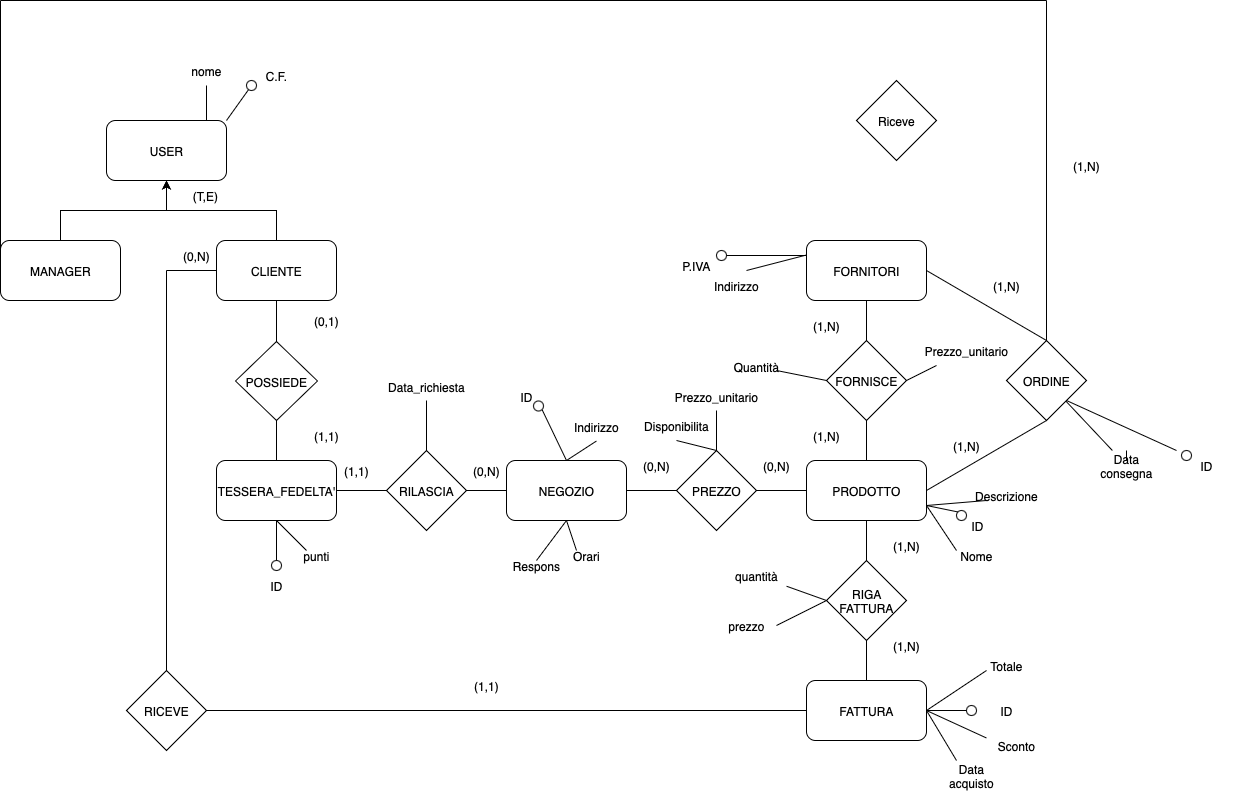
This is docs/schema_ER/Diagramma_ER_NR.drawio.png from Giann8/Progetto_DB_UNI, a draw.io export, as it was before one commit. Source tidied: cells renumbered, new cells last; positions are measured from the earlier drawing's top-left corner, leaving out a move shared by most shapes.
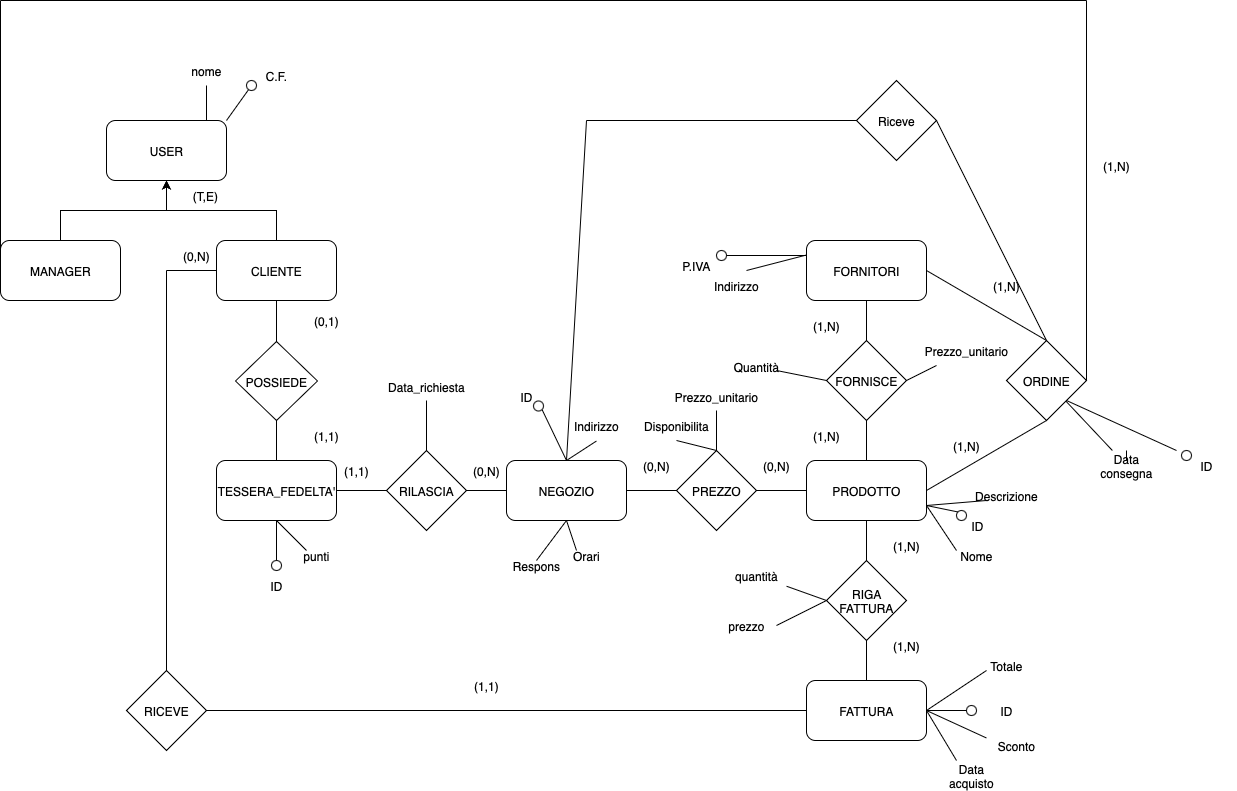
The same diagram one commit later.

The edit, as a diff of the source:
```diff
@@ -357,16 +357,16 @@
     <mxCell id="106" style="endArrow=none;html=1;rounded=0;" parent="1" edge="1">
       <mxGeometry relative="1" as="geometry">
         <mxPoint as="sourcePoint" />
-        <mxPoint x="1046" as="targetPoint" />
+        <mxPoint x="1086" as="targetPoint" />
       </mxGeometry>
     </mxCell>
-    <mxCell id="107" style="endArrow=none;html=1;rounded=0;exitX=0.5;exitY=0;exitDx=0;exitDy=0;" parent="1" edge="1" source="29">
+    <mxCell id="107" style="endArrow=none;html=1;rounded=0;exitX=1;exitY=0.5;exitDx=0;exitDy=0;" parent="1" edge="1" source="29">
       <mxGeometry relative="1" as="geometry">
-        <mxPoint x="1046" as="targetPoint" />
+        <mxPoint x="1086" as="targetPoint" />
       </mxGeometry>
     </mxCell>
     <mxCell id="108" value="(1,N)" style="text;html=1;align=center;verticalAlign=middle;whiteSpace=wrap;rounded=0;" parent="1" vertex="1">
-      <mxGeometry x="1056" y="150" width="60" height="30" as="geometry" />
+      <mxGeometry x="1086" y="150" width="60" height="30" as="geometry" />
     </mxCell>
     <mxCell id="109" value="Riceve" style="rhombus;whiteSpace=wrap;html=1;" parent="1" vertex="1">
       <mxGeometry x="856" y="80" width="80" height="80" as="geometry" />
@@ -383,5 +383,18 @@
     <mxCell id="113" style="endArrow=none;html=1;rounded=0;exitX=0.5;exitY=0;exitDx=0;exitDy=0;entryX=0.5;entryY=1;entryDx=0;entryDy=0;" parent="1" edge="1" source="18" target="112">
       <mxGeometry relative="1" as="geometry" />
     </mxCell>
+    <mxCell id="114" style="endArrow=none;html=1;rounded=0;exitX=0.5;exitY=0;exitDx=0;exitDy=0;entryX=1;entryY=0.5;entryDx=0;entryDy=0;" parent="1" edge="1" source="29" target="109">
+      <mxGeometry relative="1" as="geometry" />
+    </mxCell>
+    <mxCell id="115" style="endArrow=none;html=1;rounded=0;entryX=0;entryY=0.5;entryDx=0;entryDy=0;" parent="1" edge="1" target="109">
+      <mxGeometry relative="1" as="geometry">
+        <mxPoint x="586" y="120" as="sourcePoint" />
+      </mxGeometry>
+    </mxCell>
+    <mxCell id="116" style="endArrow=none;html=1;rounded=0;exitX=0.5;exitY=0;exitDx=0;exitDy=0;" parent="1" edge="1" source="2">
+      <mxGeometry relative="1" as="geometry">
+        <mxPoint x="586" y="120" as="targetPoint" />
+      </mxGeometry>
+    </mxCell>
   </root>
 </mxGraphModel>
```
